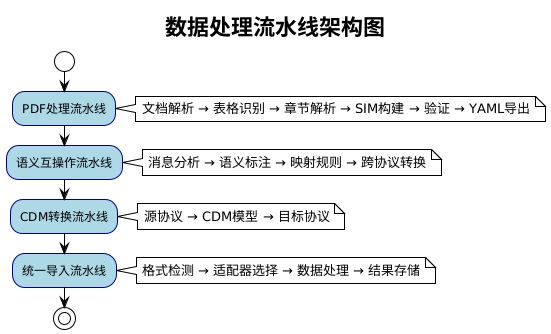
mistvapour/6016b keeps this PlantUML diagram as 华东师范大学硕_博_士论文LaTex模板_/chapters/fig-0/data_processing_pipeline.png. Above is the earlier version. The source it was exported from:
```plantuml
@startuml
!theme plain
skinparam backgroundColor white
skinparam activity {
  BackgroundColor lightblue
  BorderColor darkblue
  FontColor black
}

title 数据处理流水线架构图

start

:PDF处理流水线;
note right: 文档解析 → 表格识别 → 章节解析 → SIM构建 → 验证 → YAML导出

:语义互操作流水线;
note right: 消息分析 → 语义标注 → 映射规则 → 跨协议转换

:CDM转换流水线;
note right: 源协议 → CDM模型 → 目标协议

:统一导入流水线;
note right: 格式检测 → 适配器选择 → 数据处理 → 结果存储

stop
@enduml
```
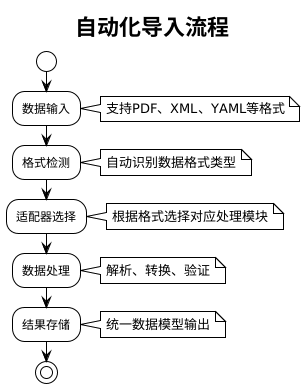
After the change.

The edit, as a diff of the source:
```diff
@@ -2,26 +2,34 @@
 !theme plain
 skinparam backgroundColor white
 skinparam activity {
-  BackgroundColor lightblue
-  BorderColor darkblue
+  BackgroundColor white
+  BorderColor black
+  FontColor black
+}
+skinparam note {
+  BackgroundColor white
+  BorderColor black
   FontColor black
 }
 
-title 数据处理流水线架构图
+title 自动化导入流程
 
 start
 
-:PDF处理流水线;
-note right: 文档解析 → 表格识别 → 章节解析 → SIM构建 → 验证 → YAML导出
+:数据输入;
+note right: 支持PDF、XML、YAML等格式
 
-:语义互操作流水线;
-note right: 消息分析 → 语义标注 → 映射规则 → 跨协议转换
+:格式检测;
+note right: 自动识别数据格式类型
 
-:CDM转换流水线;
-note right: 源协议 → CDM模型 → 目标协议
+:适配器选择;
+note right: 根据格式选择对应处理模块
 
-:统一导入流水线;
-note right: 格式检测 → 适配器选择 → 数据处理 → 结果存储
+:数据处理;
+note right: 解析、转换、验证
+
+:结果存储;
+note right: 统一数据模型输出
 
 stop
 @enduml
```
